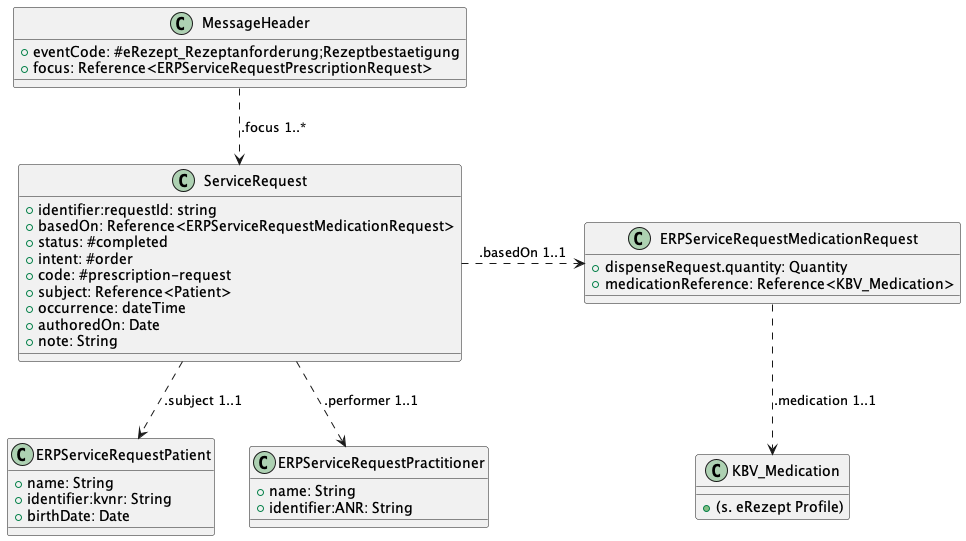
This is guides/ig-rezeptanforderung/images/puml_images/PrescriptionRequest_Confirmation_Class.png from gematik/spec-E-Rezept-ServiceRequest, a PlantUML export, as it was before one commit. The source it was exported from:
```plantuml
@startuml "PrescriptionRequest_Confirmation_Class"
!define RECTANGLE class

RECTANGLE "MessageHeader" as MH {
    +eventCode: #eRezept_Rezeptanforderung;Rezeptbestaetigung
    +focus: Reference<ERPServiceRequestPrescriptionRequest>
}


RECTANGLE "ServiceRequest" as SR {
    +identifier:requestId: string
    +basedOn: Reference<ERPServiceRequestMedicationRequest>
    +status: #completed
    +intent: #order
    +code: #prescription-request
    +subject: Reference<Patient>
    +occurrence: dateTime
    +authoredOn: Date
    +note: String
}

RECTANGLE "ERPServiceRequestMedicationRequest" as MR {
    +dispenseRequest.quantity: Quantity
    +medicationReference: Reference<KBV_Medication>
}

RECTANGLE "KBV_Medication" as MED {
    +(s. eRezept Profile)
}

RECTANGLE "ERPServiceRequestPatient" as P {
    +name: String
    +identifier:kvnr: String
    +birthDate: Date
}

RECTANGLE "ERPServiceRequestPractitioner" as PR {
    +name: String
    +identifier:ANR: String
}

MH .down.> SR : .focus 1..*
SR .down.> P : .subject 1..1
SR .right.> MR : .basedOn 1..1
MR .down.> MED : .medication 1..1
SR .down.> PR : .performer 1..1
@enduml
```
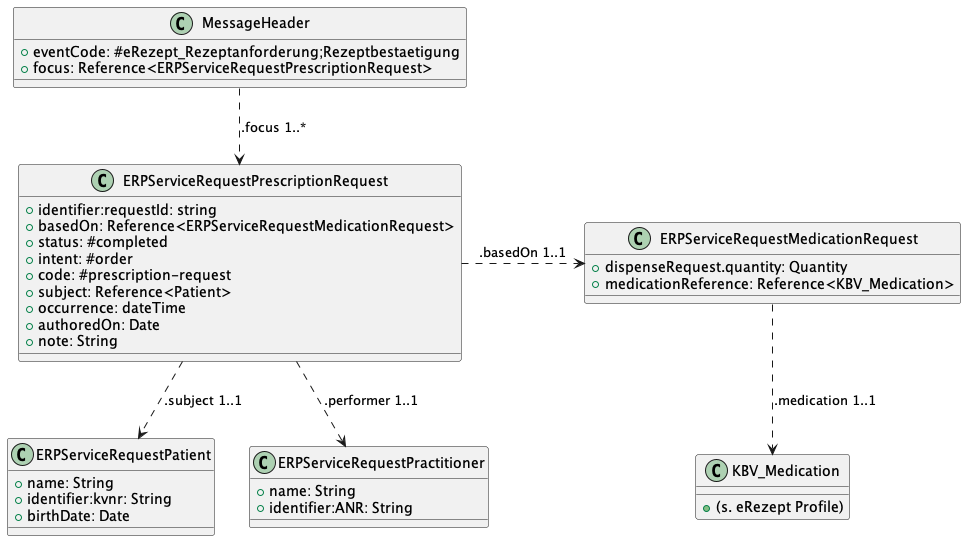
The same diagram one commit later.

Diff of the diagram source:
```diff
@@ -7,7 +7,7 @@
 }
 
 
-RECTANGLE "ServiceRequest" as SR {
+RECTANGLE "ERPServiceRequestPrescriptionRequest" as SR {
     +identifier:requestId: string
     +basedOn: Reference<ERPServiceRequestMedicationRequest>
     +status: #completed
```
